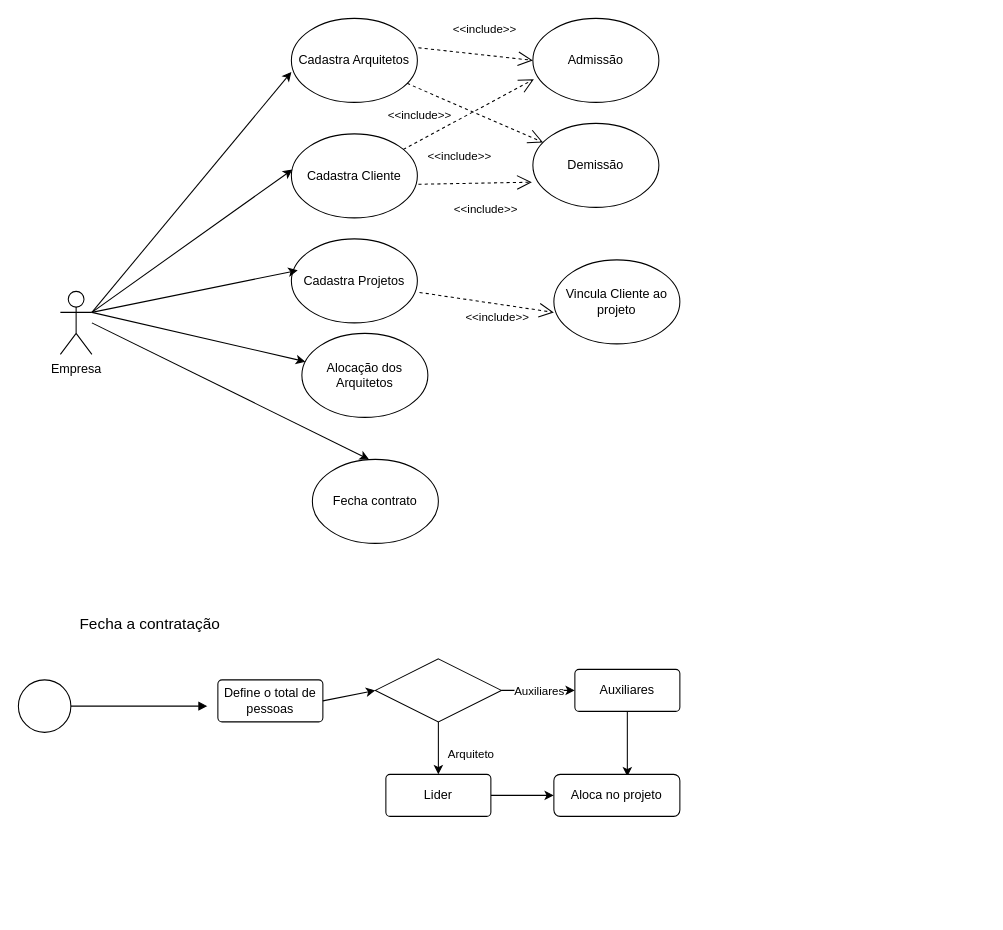
The draw.io diagram Untitled Diagram.drawio in EdneiFNeto/UML, before the edit. Source tidied: cells renumbered, new cells numbered last; positions are measured from the earlier drawing's top-left corner, leaving out a move shared by most shapes. Both pictures are drawn from the tidied source at 105%, with x=0, y=0 at pixel (18, 18).
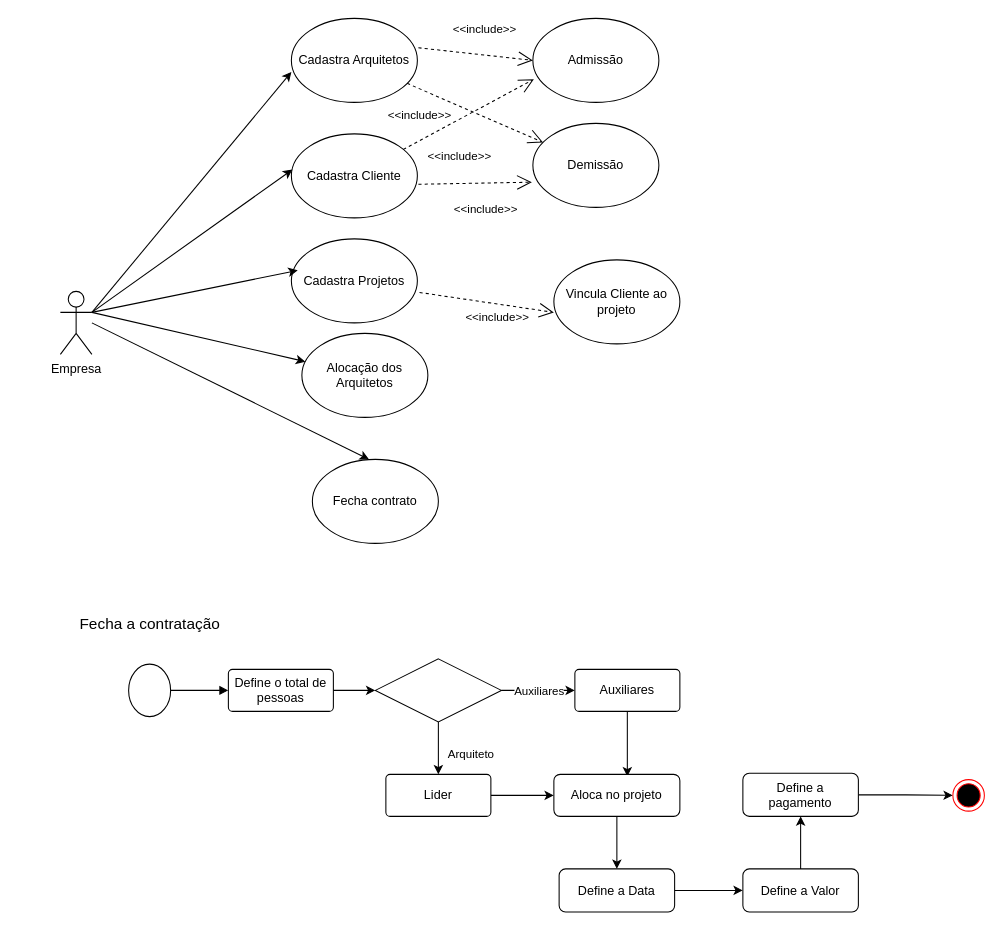
The same diagram, later.

The change refers to these unchanged cells:
```xml
<mxCell id="35" value="Aloca no projeto" style="rounded=1;whiteSpace=wrap;html=1;" parent="1" vertex="1">
  <mxGeometry x="510" y="720" width="120" height="40" as="geometry" />
</mxCell>
```

What changed in the source:
```diff
@@
     <mxCell id="21" style="shape=mxgraph.bpmn.shape;html=1;verticalLabelPosition=bottom;labelBackgroundColor=#ffffff;verticalAlign=top;align=center;perimeter=ellipsePerimeter;outlineConnect=0;outline=standard;symbol=general;" parent="1" vertex="1">
-      <mxGeometry y="630" width="50" height="50" as="geometry" />
+      <mxGeometry x="105" y="615" width="40" height="50" as="geometry" />
     </mxCell>
@@
-    <mxCell id="23" style="endArrow=block;endFill=1;endSize=6;html=1;exitX=1;exitY=0.5;exitDx=0;exitDy=0;" parent="1" edge="1" source="21">
-      <mxGeometry relative="1" as="geometry">
-        <mxPoint x="180" y="655" as="targetPoint" />
-      </mxGeometry>
+    <mxCell id="23" style="endArrow=block;endFill=1;endSize=6;html=1;exitX=1;exitY=0.5;exitDx=0;exitDy=0;entryX=0;entryY=0.5;entryDx=0;entryDy=0;" parent="1" edge="1" source="21" target="25">
+      <mxGeometry relative="1" as="geometry" />
     </mxCell>
@@
     <mxCell id="25" value="Define o total de pessoas" style="rounded=1;arcSize=10;whiteSpace=wrap;html=1;align=center;" parent="1" vertex="1">
-      <mxGeometry x="190" y="630" width="100" height="40" as="geometry" />
+      <mxGeometry x="200" y="620" width="100" height="40" as="geometry" />
     </mxCell>
@@
+    <mxCell id="36" style="edgeStyle=orthogonalEdgeStyle;rounded=0;jettySize=auto;html=1;entryX=0.5;entryY=0;entryDx=0;entryDy=0;" parent="1" edge="1" source="35" target="38">
+      <mxGeometry relative="1" as="geometry" />
+    </mxCell>
@@
+    <mxCell id="37" style="edgeStyle=orthogonalEdgeStyle;rounded=0;jettySize=auto;html=1;entryX=0;entryY=0.5;entryDx=0;entryDy=0;" parent="1" edge="1" source="38" target="40">
+      <mxGeometry relative="1" as="geometry" />
+    </mxCell>
+    <mxCell id="38" value="Define a Data" style="rounded=1;whiteSpace=wrap;html=1;" parent="1" vertex="1">
+      <mxGeometry x="515" y="810" width="110" height="41" as="geometry" />
+    </mxCell>
+    <mxCell id="39" style="edgeStyle=orthogonalEdgeStyle;rounded=0;jettySize=auto;html=1;" parent="1" edge="1" source="40" target="42">
+      <mxGeometry relative="1" as="geometry" />
+    </mxCell>
+    <mxCell id="40" value="Define a Valor" style="rounded=1;whiteSpace=wrap;html=1;" parent="1" vertex="1">
+      <mxGeometry x="690" y="810" width="110" height="41" as="geometry" />
+    </mxCell>
+    <mxCell id="41" style="edgeStyle=orthogonalEdgeStyle;rounded=0;jettySize=auto;html=1;entryX=0;entryY=0.5;entryDx=0;entryDy=0;" parent="1" edge="1" source="42" target="43">
+      <mxGeometry relative="1" as="geometry" />
+    </mxCell>
+    <mxCell id="42" value="Define a pagamento" style="rounded=1;whiteSpace=wrap;html=1;" parent="1" vertex="1">
+      <mxGeometry x="690" y="719" width="110" height="41" as="geometry" />
+    </mxCell>
+    <mxCell id="43" style="ellipse;html=1;shape=endState;fillColor=#000000;strokeColor=#ff0000;" parent="1" vertex="1">
+      <mxGeometry x="890" y="725" width="30" height="30" as="geometry" />
+    </mxCell>
```
